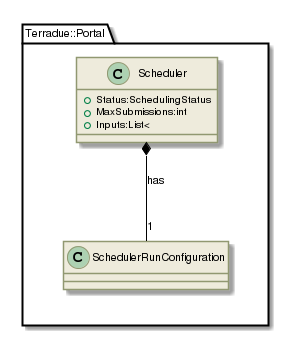
Above: _images/plantuml-a80ec9ed55a6626b79e63eaa5b4e0de50a097770.png in Terradue/doc-tep-geohazards-arch (PlantUML), before the change.
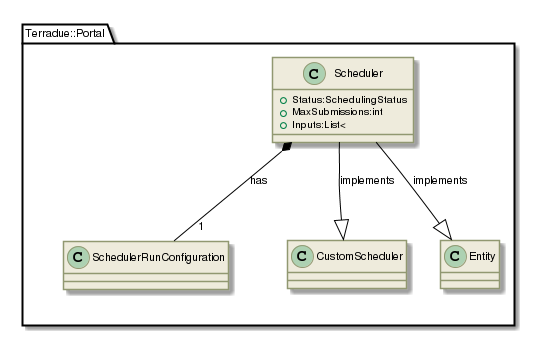
Later version of the same file.

Diff of the diagram source:
```diff
@@ -144,5 +144,7 @@
  +Inputs:List<
 }
 Terradue::Portal::Scheduler  *-- "1" Terradue::Portal::SchedulerRunConfiguration : has
+Terradue::Portal::Scheduler  --|>  Terradue::Portal::CustomScheduler : implements
+Terradue::Portal::Scheduler  --|>  Terradue::Portal::Entity : implements
 
 @enduml
```
